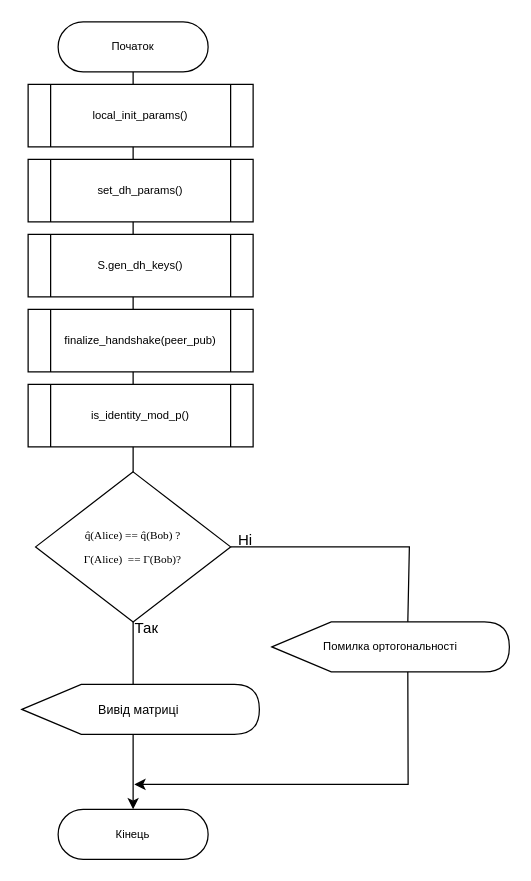
Earlier version of the draw.io diagram docs/dump/key_compress.drawio (hellraiser125/master_work). Source tidied: cells renumbered, new cells numbered last; positions are measured from the earlier drawing's top-left corner, leaving out a move shared by most shapes. Both pictures are drawn from the tidied source at 125%, with x=0, y=0 at pixel (21, 21).
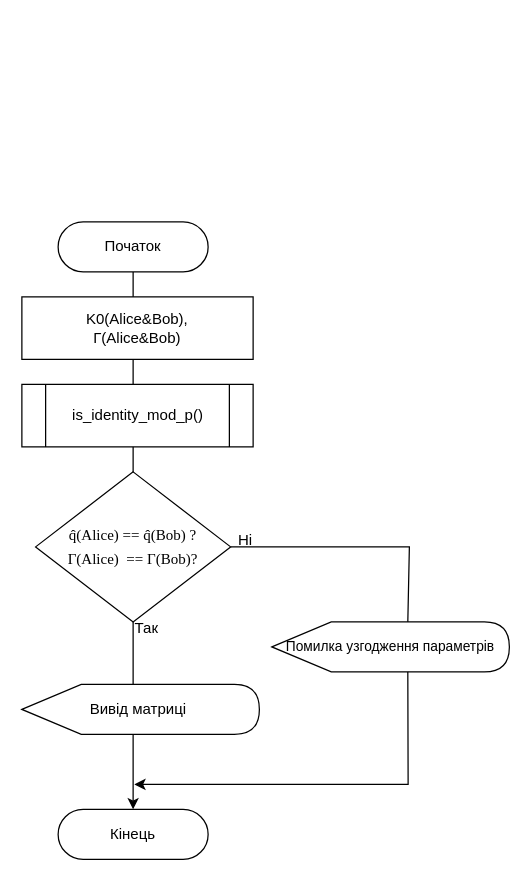
After the change.

Change to the diagram source:
```diff
@@
-    <mxCell id="4" value="&lt;font&gt;Початок&lt;/font&gt;" style="html=1;dashed=0;whiteSpace=wrap;shape=mxgraph.dfd.start;fontFamily=Helvetica;fontSize=9;" parent="1" vertex="1">
-      <mxGeometry x="29" width="120" height="40" as="geometry" />
+    <mxCell id="4" value="&lt;font&gt;Початок&lt;/font&gt;" style="html=1;dashed=0;whiteSpace=wrap;shape=mxgraph.dfd.start;fontFamily=Helvetica;fontSize=12;" parent="1" vertex="1">
+      <mxGeometry x="29" y="160" width="120" height="40" as="geometry" />
     </mxCell>
-    <mxCell id="5" value="&lt;font&gt;local_init_params()&lt;/font&gt;" style="shape=process;whiteSpace=wrap;html=1;backgroundOutline=1;fontFamily=Helvetica;fontSize=9;" parent="1" vertex="1">
-      <mxGeometry x="5" y="50" width="180" height="50" as="geometry" />
-    </mxCell>
-    <mxCell id="6" value="&lt;font&gt;set_dh_params()&lt;/font&gt;" style="shape=process;whiteSpace=wrap;html=1;backgroundOutline=1;fontFamily=Helvetica;fontSize=9;" parent="1" vertex="1">
-      <mxGeometry x="5" y="110" width="180" height="50" as="geometry" />
-    </mxCell>
-    <mxCell id="7" value="&lt;font&gt;S.gen_dh_keys()&lt;/font&gt;" style="shape=process;whiteSpace=wrap;html=1;backgroundOutline=1;fontFamily=Helvetica;fontSize=9;" parent="1" vertex="1">
-      <mxGeometry x="5" y="170" width="180" height="50" as="geometry" />
-    </mxCell>
-    <mxCell id="8" value="&lt;div style=&quot;line-height: 19px; white-space: pre;&quot;&gt;&lt;span style=&quot;background-color: light-dark(#ffffff, var(--ge-dark-color, #121212));&quot;&gt;&lt;font style=&quot;color: rgb(0, 0, 0);&quot; face=&quot;Times New Roman&quot;&gt;q̂(Alice) == q̂(Bob) ?&lt;/font&gt;&lt;/span&gt;&lt;/div&gt;&lt;div style=&quot;line-height: 19px; white-space: pre;&quot;&gt;&lt;span style=&quot;background-color: light-dark(#ffffff, var(--ge-dark-color, #121212));&quot;&gt;&lt;font style=&quot;color: rgb(0, 0, 0);&quot; face=&quot;Times New Roman&quot;&gt;&lt;div style=&quot;line-height: 19px;&quot;&gt;Γ(Alice) &amp;nbsp;== Γ(Bob)?&lt;/div&gt;&lt;/font&gt;&lt;/span&gt;&lt;/div&gt;" style="rhombus;whiteSpace=wrap;html=1;fontSize=9;" parent="1" vertex="1">
+    <mxCell id="8" value="&lt;div style=&quot;line-height: 19px; white-space: pre;&quot;&gt;&lt;span style=&quot;background-color: light-dark(#ffffff, var(--ge-dark-color, #121212));&quot;&gt;&lt;font style=&quot;color: rgb(0, 0, 0);&quot; face=&quot;Times New Roman&quot;&gt;q̂(Alice) == q̂(Bob) ?&lt;/font&gt;&lt;/span&gt;&lt;/div&gt;&lt;div style=&quot;line-height: 19px; white-space: pre;&quot;&gt;&lt;span style=&quot;background-color: light-dark(#ffffff, var(--ge-dark-color, #121212));&quot;&gt;&lt;font style=&quot;color: rgb(0, 0, 0);&quot; face=&quot;Times New Roman&quot;&gt;&lt;div style=&quot;line-height: 19px;&quot;&gt;Γ(Alice) &amp;nbsp;== Γ(Bob)?&lt;/div&gt;&lt;/font&gt;&lt;/span&gt;&lt;/div&gt;" style="rhombus;whiteSpace=wrap;html=1;fontSize=12;" parent="1" vertex="1">
       <mxGeometry x="11" y="360" width="156" height="120" as="geometry" />
     </mxCell>
-    <mxCell id="9" value="finalize_handshake(peer_pub)" style="shape=process;whiteSpace=wrap;html=1;backgroundOutline=1;fontSize=9;fontFamily=Helvetica;" parent="1" vertex="1">
-      <mxGeometry x="5" y="230" width="180" height="50" as="geometry" />
-    </mxCell>
-    <mxCell id="10" value="is_identity_mod_p()" style="shape=process;whiteSpace=wrap;html=1;backgroundOutline=1;fontSize=9;fontFamily=Helvetica;" parent="1" vertex="1">
-      <mxGeometry x="5" y="290" width="180" height="50" as="geometry" />
+    <mxCell id="10" value="is_identity_mod_p()" style="shape=process;whiteSpace=wrap;html=1;backgroundOutline=1;fontSize=12;fontFamily=Helvetica;" parent="1" vertex="1">
+      <mxGeometry y="290" width="185" height="50" as="geometry" />
     </mxCell>
-    <mxCell id="11" value="Вивід матриці&amp;nbsp;" style="shape=display;whiteSpace=wrap;html=1;fontSize=10;" parent="1" vertex="1">
+    <mxCell id="11" value="Вивід матриці&amp;nbsp;" style="shape=display;whiteSpace=wrap;html=1;fontSize=12;" parent="1" vertex="1">
       <mxGeometry y="530" width="190" height="40" as="geometry" />
     </mxCell>
-    <mxCell id="12" value="Помилка ортогональності" style="shape=display;whiteSpace=wrap;html=1;fontSize=9;" parent="1" vertex="1">
+    <mxCell id="12" value="Помилка узгодження параметрів" style="shape=display;whiteSpace=wrap;html=1;fontSize=11;" parent="1" vertex="1">
       <mxGeometry x="200" y="480" width="190" height="40" as="geometry" />
     </mxCell>
-    <mxCell id="13" value="&lt;font&gt;Кінець&lt;/font&gt;" style="html=1;dashed=0;whiteSpace=wrap;shape=mxgraph.dfd.start;fontFamily=Helvetica;fontSize=9;" parent="1" vertex="1">
+    <mxCell id="13" value="&lt;font&gt;Кінець&lt;/font&gt;" style="html=1;dashed=0;whiteSpace=wrap;shape=mxgraph.dfd.start;fontFamily=Helvetica;fontSize=12;" parent="1" vertex="1">
       <mxGeometry x="29" y="630" width="120" height="40" as="geometry" />
     </mxCell>
@@
+    <mxCell id="18" value="K0(Alice&amp;amp;Bob),&lt;div&gt;Г(Alice&amp;amp;Bob)&lt;/div&gt;" style="rounded=0;whiteSpace=wrap;html=1;" parent="1" vertex="1">
+      <mxGeometry y="220" width="185" height="50" as="geometry" />
+    </mxCell>
```
